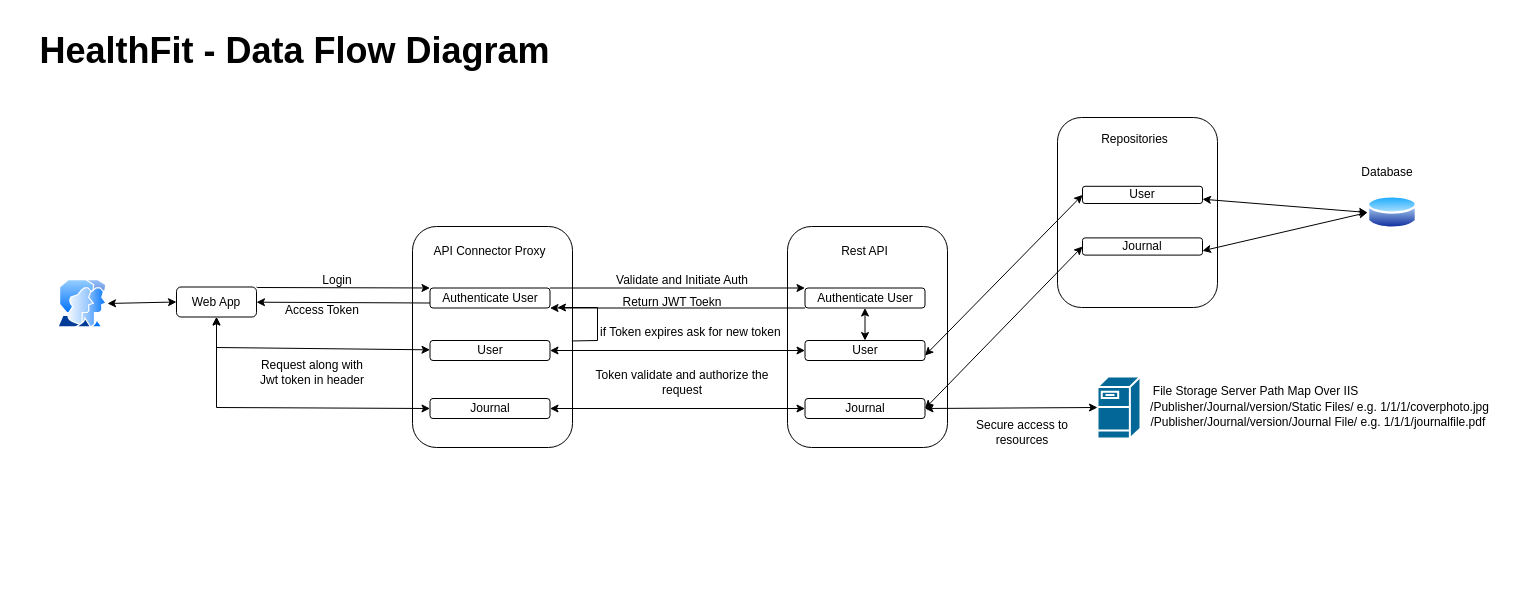
Before: Requirement Documents/HealthFit - Data Flow and Component Interaction.drawio in vishalbajad/HealthFit, a draw.io diagram. Source tidied: cells renumbered, new cells numbered last; positions are measured from the earlier drawing's top-left corner, leaving out a move shared by most shapes. Both pictures are drawn from the tidied source at 100%, with x=0, y=0 at pixel (17, 17).
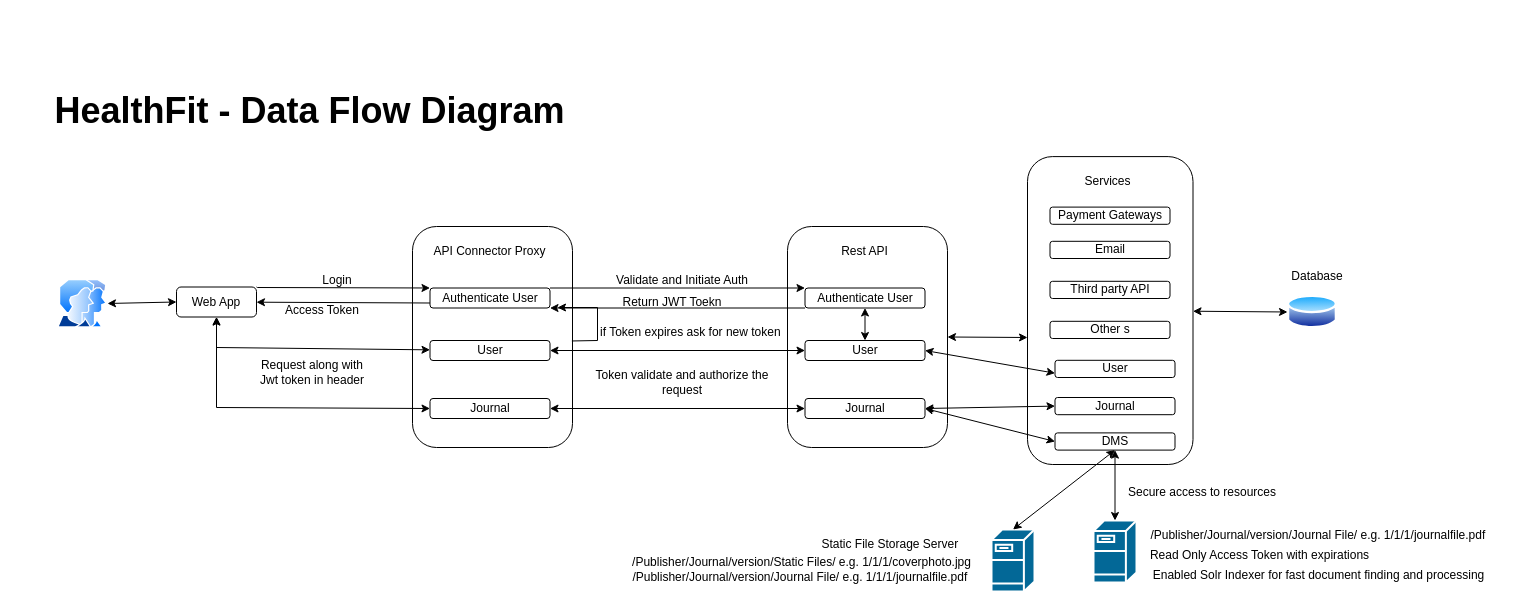
The same page after the edit.

Unchanged cells that the change refers to:
```xml
<mxCell id="16" style="rounded=1;whiteSpace=wrap;html=1;" parent="15" vertex="1">
  <mxGeometry width="160" height="221" as="geometry" />
</mxCell>
<mxCell id="18" value="User" style="rounded=1;whiteSpace=wrap;html=1;" parent="15" vertex="1">
  <mxGeometry x="17.5" y="114" width="120" height="20" as="geometry" />
</mxCell>
<mxCell id="19" value="Journal" style="rounded=1;whiteSpace=wrap;html=1;" parent="15" vertex="1">
  <mxGeometry x="17.5" y="172" width="120" height="20" as="geometry" />
</mxCell>
```

The edit, as a diff of the source:
```diff
@@
     <mxCell id="2" style="image;perimeter=ellipsePerimeter;html=1;align=center;shadow=0;dashed=0;spacingTop=3;image=img/lib/active_directory/database.svg;" parent="1" vertex="1">
-      <mxGeometry x="1350" y="176.5" width="50" height="37" as="geometry" />
+      <mxGeometry x="1270" y="276" width="50" height="37" as="geometry" />
     </mxCell>
@@
-    <mxCell id="33" style="group;" parent="1" vertex="1">
-      <mxGeometry x="1040" y="100" width="160" height="190" as="geometry" />
-    </mxCell>
-    <mxCell id="34" style="rounded=1;whiteSpace=wrap;html=1;" parent="33" vertex="1">
-      <mxGeometry width="160" height="190" as="geometry" />
-    </mxCell>
-    <mxCell id="35" value="User" style="rounded=1;whiteSpace=wrap;html=1;" parent="33" vertex="1">
-      <mxGeometry x="25" y="68.8" width="120" height="17.2" as="geometry" />
-    </mxCell>
-    <mxCell id="36" value="Journal" style="rounded=1;whiteSpace=wrap;html=1;" parent="33" vertex="1">
-      <mxGeometry x="25" y="120.4" width="120" height="17.2" as="geometry" />
-    </mxCell>
-    <mxCell id="37" value="Repositories" style="text;html=1;strokeColor=none;fillColor=none;align=center;verticalAlign=middle;whiteSpace=wrap;rounded=0;" parent="33" vertex="1">
-      <mxGeometry x="10" y="8.6" width="135" height="25.8" as="geometry" />
-    </mxCell>
-    <mxCell id="38" style="endArrow=classic;startArrow=classic;html=1;rounded=0;entryX=0;entryY=0.5;entryDx=0;entryDy=0;exitX=1;exitY=0.75;exitDx=0;exitDy=0;" parent="1" edge="1" source="18" target="35">
-      <mxGeometry relative="1" as="geometry" />
-    </mxCell>
-    <mxCell id="39" style="endArrow=classic;startArrow=classic;html=1;rounded=0;entryX=0;entryY=0.5;entryDx=0;entryDy=0;exitX=1;exitY=0.5;exitDx=0;exitDy=0;" parent="1" edge="1" source="19" target="36">
-      <mxGeometry relative="1" as="geometry" />
-    </mxCell>
-    <mxCell id="40" style="endArrow=classic;startArrow=classic;html=1;rounded=0;exitX=0;exitY=0.5;exitDx=0;exitDy=0;entryX=1;entryY=0.75;entryDx=0;entryDy=0;" parent="1" edge="1" source="2" target="35">
-      <mxGeometry relative="1" as="geometry" />
-    </mxCell>
-    <mxCell id="41" style="endArrow=classic;startArrow=classic;html=1;rounded=0;entryX=0;entryY=0.5;entryDx=0;entryDy=0;exitX=1;exitY=0.75;exitDx=0;exitDy=0;" parent="1" edge="1" source="36" target="2">
-      <mxGeometry relative="1" as="geometry" />
-    </mxCell>
     <mxCell id="42" value="Database" style="text;html=1;strokeColor=none;fillColor=none;align=center;verticalAlign=middle;whiteSpace=wrap;rounded=0;" parent="1" vertex="1">
-      <mxGeometry x="1340" y="140" width="60" height="30" as="geometry" />
+      <mxGeometry x="1270" y="243.5" width="60" height="30" as="geometry" />
     </mxCell>
-    <mxCell id="43" value="File Storage Server Path Map Over IIS" style="text;html=1;align=center;verticalAlign=middle;strokeColor=#;fillColor=none;" parent="1" vertex="1">
-      <mxGeometry x="1123" y="359" width="230" height="30" as="geometry" />
+    <mxCell id="43" value="Static File Storage Server&amp;nbsp;" style="text;html=1;align=center;verticalAlign=middle;strokeColor=#;fillColor=none;" parent="1" vertex="1">
+      <mxGeometry x="794" y="512" width="160" height="30" as="geometry" />
     </mxCell>
     <mxCell id="44" value="/Publisher/Journal/version/Static Files/ e.g. 1/1/1/coverphoto.jpg&lt;br&gt;/Publisher/Journal/version/Journal File/ e.g. 1/1/1/journalfile.pdf&amp;nbsp;" style="text;html=1;align=center;verticalAlign=middle;strokeColor=#;fillColor=none;" parent="1" vertex="1">
-      <mxGeometry x="1121.5" y="377" width="360" height="40" as="geometry" />
+      <mxGeometry x="604" y="532" width="360" height="40" as="geometry" />
     </mxCell>
     <mxCell id="45" style="shape=mxgraph.cisco.servers.fileserver;html=1;dashed=0;fillColor=#036897;strokeColor=#ffffff;strokeWidth=2;verticalLabelPosition=bottom;verticalAlign=top;align=center;outlineConnect=0;" parent="1" vertex="1">
-      <mxGeometry x="1080" y="359" width="43" height="62" as="geometry" />
+      <mxGeometry x="974" y="512" width="43" height="62" as="geometry" />
     </mxCell>
-    <mxCell id="46" style="endArrow=classic;startArrow=classic;html=1;rounded=0;entryX=0;entryY=0.5;entryDx=0;entryDy=0;exitX=1;exitY=0.5;exitDx=0;exitDy=0;entryPerimeter=0;" parent="1" edge="1" source="19" target="45">
-      <mxGeometry relative="1" as="geometry" />
-    </mxCell>
@@
     <mxCell id="49" value="Secure access to resources" style="text;html=1;strokeColor=none;fillColor=none;align=center;verticalAlign=middle;whiteSpace=wrap;rounded=0;" parent="1" vertex="1">
-      <mxGeometry x="930" y="400" width="150" height="30" as="geometry" />
+      <mxGeometry x="1050" y="460" width="270" height="30" as="geometry" />
     </mxCell>
     <mxCell id="50" value="&lt;font style=&quot;font-size: 36px;&quot;&gt;HealthFit - Data Flow Diagram&lt;/font&gt;" style="text;html=1;strokeColor=none;fillColor=none;align=center;verticalAlign=middle;whiteSpace=wrap;rounded=0;fontStyle=1;" parent="1" vertex="1">
-      <mxGeometry width="554.9" height="65" as="geometry" />
+      <mxGeometry x="15.1" y="60" width="554.9" height="65" as="geometry" />
     </mxCell>
+    <mxCell id="51" value="/Publisher/Journal/version/Journal File/ e.g. 1/1/1/journalfile.pdf&amp;nbsp;" style="text;html=1;align=center;verticalAlign=middle;strokeColor=#;fillColor=none;" parent="1" vertex="1">
+      <mxGeometry x="1122" y="503" width="360" height="30" as="geometry" />
+    </mxCell>
+    <mxCell id="52" value="Read Only Access Token with expirations" style="text;html=1;align=center;verticalAlign=middle;strokeColor=#;fillColor=none;" parent="1" vertex="1">
+      <mxGeometry x="1122" y="523" width="240" height="30" as="geometry" />
+    </mxCell>
+    <mxCell id="53" value="Enabled Solr Indexer for fast document finding and processing" style="text;html=1;align=center;verticalAlign=middle;strokeColor=#;fillColor=none;" parent="1" vertex="1">
+      <mxGeometry x="1120.5" y="543" width="360" height="30" as="geometry" />
+    </mxCell>
+    <mxCell id="54" style="shape=mxgraph.cisco.servers.fileserver;html=1;dashed=0;fillColor=#036897;strokeColor=#ffffff;strokeWidth=2;verticalLabelPosition=bottom;verticalAlign=top;align=center;outlineConnect=0;" parent="1" vertex="1">
+      <mxGeometry x="1076" y="503" width="43" height="62" as="geometry" />
+    </mxCell>
+    <mxCell id="55" style="group;" parent="1" vertex="1">
+      <mxGeometry x="1010" y="139.1" width="165.5" height="307.9" as="geometry" />
+    </mxCell>
+    <mxCell id="34" style="rounded=1;whiteSpace=wrap;html=1;" parent="55" vertex="1">
+      <mxGeometry width="165.5" height="307.9" as="geometry" />
+    </mxCell>
+    <mxCell id="56" value="Services" style="text;html=1;strokeColor=none;fillColor=none;align=center;verticalAlign=middle;whiteSpace=wrap;rounded=0;" parent="55" vertex="1">
+      <mxGeometry x="12.5" y="11.7" width="135" height="25.8" as="geometry" />
+    </mxCell>
+    <mxCell id="57" value="Payment Gateways" style="rounded=1;whiteSpace=wrap;html=1;" parent="55" vertex="1">
+      <mxGeometry x="22.5" y="50.5" width="120" height="17.2" as="geometry" />
+    </mxCell>
+    <mxCell id="58" value="Email" style="rounded=1;whiteSpace=wrap;html=1;" parent="55" vertex="1">
+      <mxGeometry x="22.5" y="84.7" width="120" height="17.2" as="geometry" />
+    </mxCell>
+    <mxCell id="59" value="Third party API" style="rounded=1;whiteSpace=wrap;html=1;" parent="55" vertex="1">
+      <mxGeometry x="22.5" y="124.7" width="120" height="17.2" as="geometry" />
+    </mxCell>
+    <mxCell id="60" value="Other s" style="rounded=1;whiteSpace=wrap;html=1;" parent="55" vertex="1">
+      <mxGeometry x="22.5" y="164.7" width="120" height="17.2" as="geometry" />
+    </mxCell>
+    <mxCell id="35" value="User" style="rounded=1;whiteSpace=wrap;html=1;" parent="55" vertex="1">
+      <mxGeometry x="27.5" y="203.7" width="120" height="17.2" as="geometry" />
+    </mxCell>
+    <mxCell id="36" value="Journal" style="rounded=1;whiteSpace=wrap;html=1;" parent="55" vertex="1">
+      <mxGeometry x="27.5" y="240.9" width="120" height="17.2" as="geometry" />
+    </mxCell>
+    <mxCell id="61" value="DMS" style="rounded=1;whiteSpace=wrap;html=1;" parent="55" vertex="1">
+      <mxGeometry x="27.5" y="276.3" width="120" height="17.2" as="geometry" />
+    </mxCell>
+    <mxCell id="39" style="endArrow=classic;startArrow=classic;html=1;rounded=0;exitX=1;exitY=0.5;exitDx=0;exitDy=0;entryX=0;entryY=0.5;entryDx=0;entryDy=0;" parent="1" edge="1" source="19" target="36">
+      <mxGeometry relative="1" as="geometry" />
+    </mxCell>
+    <mxCell id="62" style="endArrow=classic;startArrow=classic;html=1;rounded=0;exitX=1;exitY=0.5;exitDx=0;exitDy=0;entryX=0;entryY=0.5;entryDx=0;entryDy=0;" parent="1" edge="1" source="19" target="61">
+      <mxGeometry relative="1" as="geometry" />
+    </mxCell>
+    <mxCell id="38" style="endArrow=classic;startArrow=classic;html=1;rounded=0;exitX=1;exitY=0.5;exitDx=0;exitDy=0;entryX=0;entryY=0.75;entryDx=0;entryDy=0;" parent="1" edge="1" source="18" target="35">
+      <mxGeometry relative="1" as="geometry" />
+    </mxCell>
+    <mxCell id="63" style="endArrow=classic;startArrow=classic;html=1;rounded=0;exitX=0.5;exitY=0;exitDx=0;exitDy=0;entryX=0.5;entryY=1;entryDx=0;entryDy=0;exitPerimeter=0;" parent="1" edge="1" source="45" target="61">
+      <mxGeometry relative="1" as="geometry" />
+    </mxCell>
+    <mxCell id="64" style="endArrow=classic;startArrow=classic;html=1;rounded=0;exitX=0.5;exitY=0;exitDx=0;exitDy=0;entryX=0.5;entryY=1;entryDx=0;entryDy=0;exitPerimeter=0;" parent="1" edge="1" source="54" target="61">
+      <mxGeometry relative="1" as="geometry" />
+    </mxCell>
+    <mxCell id="65" style="endArrow=classic;startArrow=classic;html=1;rounded=0;entryX=0;entryY=0.5;entryDx=0;entryDy=0;" parent="1" edge="1" source="34" target="2">
+      <mxGeometry relative="1" as="geometry" />
+    </mxCell>
+    <mxCell id="66" style="endArrow=classic;startArrow=classic;html=1;rounded=0;exitX=1;exitY=0.5;exitDx=0;exitDy=0;" parent="1" edge="1" source="16">
+      <mxGeometry relative="1" as="geometry">
+        <mxPoint x="1010" y="320" as="targetPoint" />
+      </mxGeometry>
+    </mxCell>
```
